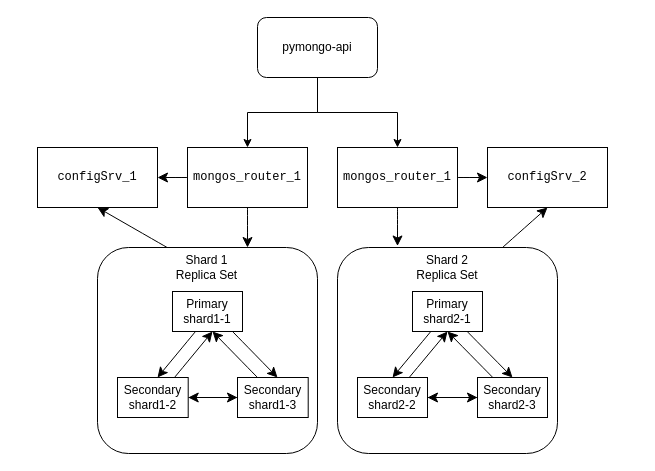
ayakhont/architecture-black_friday keeps this draw.io diagram as docs/task1/second_option.drawio. Above is the earlier version. Source tidied: cells renumbered, new cells numbered last; positions are measured from the earlier drawing's top-left corner, leaving out a move shared by most shapes. Both pictures are drawn from the tidied source at 100%, with x=0, y=0 at pixel (37, 17).
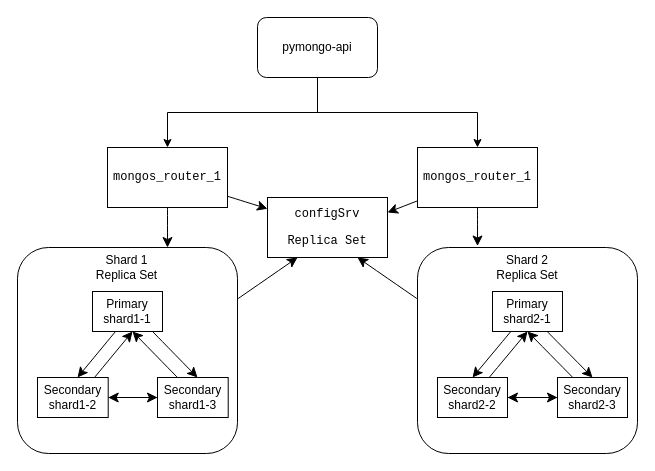
After the change.

The change refers to these unchanged cells:
```xml
<mxCell id="16" style="rounded=1;whiteSpace=wrap;html=1;" parent="15" vertex="1">
  <mxGeometry width="220" height="206" as="geometry" />
</mxCell>
<mxCell id="21" value="&lt;div&gt;Shard 1&lt;/div&gt;&lt;div&gt;Replica Set&lt;/div&gt;" style="text;html=1;whiteSpace=wrap;strokeColor=none;fillColor=none;align=center;verticalAlign=middle;rounded=0;" parent="15" vertex="1">
  <mxGeometry x="29.3" width="161.3" height="40" as="geometry" />
</mxCell>
<mxCell id="29" style="rounded=1;whiteSpace=wrap;html=1;" parent="28" vertex="1">
  <mxGeometry width="220" height="206" as="geometry" />
</mxCell>
```

The edit, as a diff of the source:
```diff
@@
-    <mxCell id="2" style="edgeStyle=none;curved=1;rounded=0;jettySize=auto;html=1;entryX=0.5;entryY=1;entryDx=0;entryDy=0;fontSize=12;startSize=8;endSize=8;exitX=0.25;exitY=0;exitDx=0;exitDy=0;" parent="1" edge="1" source="21" target="10">
+    <mxCell id="2" style="edgeStyle=none;curved=1;rounded=0;jettySize=auto;html=1;entryX=0.25;entryY=1;entryDx=0;entryDy=0;fontSize=12;startSize=8;endSize=8;exitX=1;exitY=0.25;exitDx=0;exitDy=0;" parent="1" edge="1" source="16" target="10">
       <mxGeometry relative="1" as="geometry" />
     </mxCell>
@@
     <mxCell id="6" value="&lt;pre class=&quot;code-block__code-wrapper&quot;&gt;&lt;code class=&quot;code-block__code bash&quot;&gt;mongos_router_1&lt;/code&gt;&lt;/pre&gt;" style="rounded=0;whiteSpace=wrap;html=1;" parent="1" vertex="1">
-      <mxGeometry x="150" y="130" width="120" height="60" as="geometry" />
+      <mxGeometry x="70" y="130" width="120" height="60" as="geometry" />
     </mxCell>
-    <mxCell id="7" style="edgeStyle=none;curved=1;rounded=0;jettySize=auto;html=1;fontSize=12;startSize=8;endSize=8;" parent="1" edge="1" source="8" target="11">
+    <mxCell id="7" style="edgeStyle=none;curved=1;rounded=0;jettySize=auto;html=1;fontSize=12;startSize=8;endSize=8;entryX=1;entryY=0.25;entryDx=0;entryDy=0;" parent="1" edge="1" source="8" target="10">
       <mxGeometry relative="1" as="geometry" />
     </mxCell>
     <mxCell id="8" value="&lt;pre class=&quot;code-block__code-wrapper&quot;&gt;&lt;code class=&quot;code-block__code bash&quot;&gt;mongos_router_1&lt;/code&gt;&lt;/pre&gt;" style="rounded=0;whiteSpace=wrap;html=1;" parent="1" vertex="1">
-      <mxGeometry x="300" y="130" width="120" height="60" as="geometry" />
+      <mxGeometry x="380" y="130" width="120" height="60" as="geometry" />
     </mxCell>
@@
-    <mxCell id="10" value="&lt;pre class=&quot;code-block__code-wrapper&quot;&gt;&lt;code class=&quot;code-block__code bash&quot;&gt;configSrv_1&lt;/code&gt;&lt;/pre&gt;" style="rounded=0;whiteSpace=wrap;html=1;" parent="1" vertex="1">
-      <mxGeometry y="130" width="120" height="60" as="geometry" />
+    <mxCell id="10" value="&lt;pre class=&quot;code-block__code-wrapper&quot;&gt;&lt;code class=&quot;code-block__code bash&quot;&gt;configSrv&lt;/code&gt;&lt;/pre&gt;&lt;pre class=&quot;code-block__code-wrapper&quot;&gt;&lt;code class=&quot;code-block__code bash&quot;&gt;Replica Set&lt;/code&gt;&lt;/pre&gt;" style="rounded=0;whiteSpace=wrap;html=1;" parent="1" vertex="1">
+      <mxGeometry x="230" y="180" width="120" height="60" as="geometry" />
     </mxCell>
-    <mxCell id="11" value="&lt;pre class=&quot;code-block__code-wrapper&quot;&gt;&lt;code class=&quot;code-block__code bash&quot;&gt;configSrv_2&lt;/code&gt;&lt;/pre&gt;" style="rounded=0;whiteSpace=wrap;html=1;" parent="1" vertex="1">
-      <mxGeometry x="450" y="130" width="120" height="60" as="geometry" />
-    </mxCell>
-    <mxCell id="12" style="edgeStyle=none;curved=1;rounded=0;jettySize=auto;html=1;entryX=0.5;entryY=1;entryDx=0;entryDy=0;fontSize=12;startSize=8;endSize=8;exitX=0.75;exitY=0;exitDx=0;exitDy=0;" parent="1" edge="1" source="29" target="11">
+    <mxCell id="12" style="edgeStyle=none;curved=1;rounded=0;jettySize=auto;html=1;entryX=0.75;entryY=1;entryDx=0;entryDy=0;fontSize=12;startSize=8;endSize=8;exitX=0;exitY=0.25;exitDx=0;exitDy=0;" parent="1" edge="1" source="29" target="10">
       <mxGeometry relative="1" as="geometry" />
     </mxCell>
     <mxCell id="13" style="edgeStyle=none;curved=1;rounded=0;jettySize=auto;html=1;entryX=0.5;entryY=0;entryDx=0;entryDy=0;entryPerimeter=0;fontSize=12;startSize=8;endSize=8;" parent="1" edge="1" source="6">
       <mxGeometry relative="1" as="geometry">
-        <mxPoint x="210" y="230" as="targetPoint" />
+        <mxPoint x="130" y="230" as="targetPoint" />
       </mxGeometry>
     </mxCell>
     <mxCell id="14" style="edgeStyle=none;curved=1;rounded=0;jettySize=auto;html=1;entryX=0.5;entryY=0;entryDx=0;entryDy=0;entryPerimeter=0;fontSize=12;startSize=8;endSize=8;" parent="1" edge="1" source="8">
       <mxGeometry relative="1" as="geometry">
-        <mxPoint x="360" y="228.5" as="targetPoint" />
+        <mxPoint x="440" y="228.5" as="targetPoint" />
       </mxGeometry>
     </mxCell>
     <mxCell id="15" style="group;" parent="1" vertex="1">
-      <mxGeometry x="60" y="230" width="220" height="206" as="geometry" />
+      <mxGeometry x="-20" y="230" width="220" height="206" as="geometry" />
     </mxCell>
@@
     <mxCell id="28" style="group;" parent="1" vertex="1">
-      <mxGeometry x="300" y="230" width="220" height="206" as="geometry" />
+      <mxGeometry x="380" y="230" width="220" height="206" as="geometry" />
     </mxCell>
```
